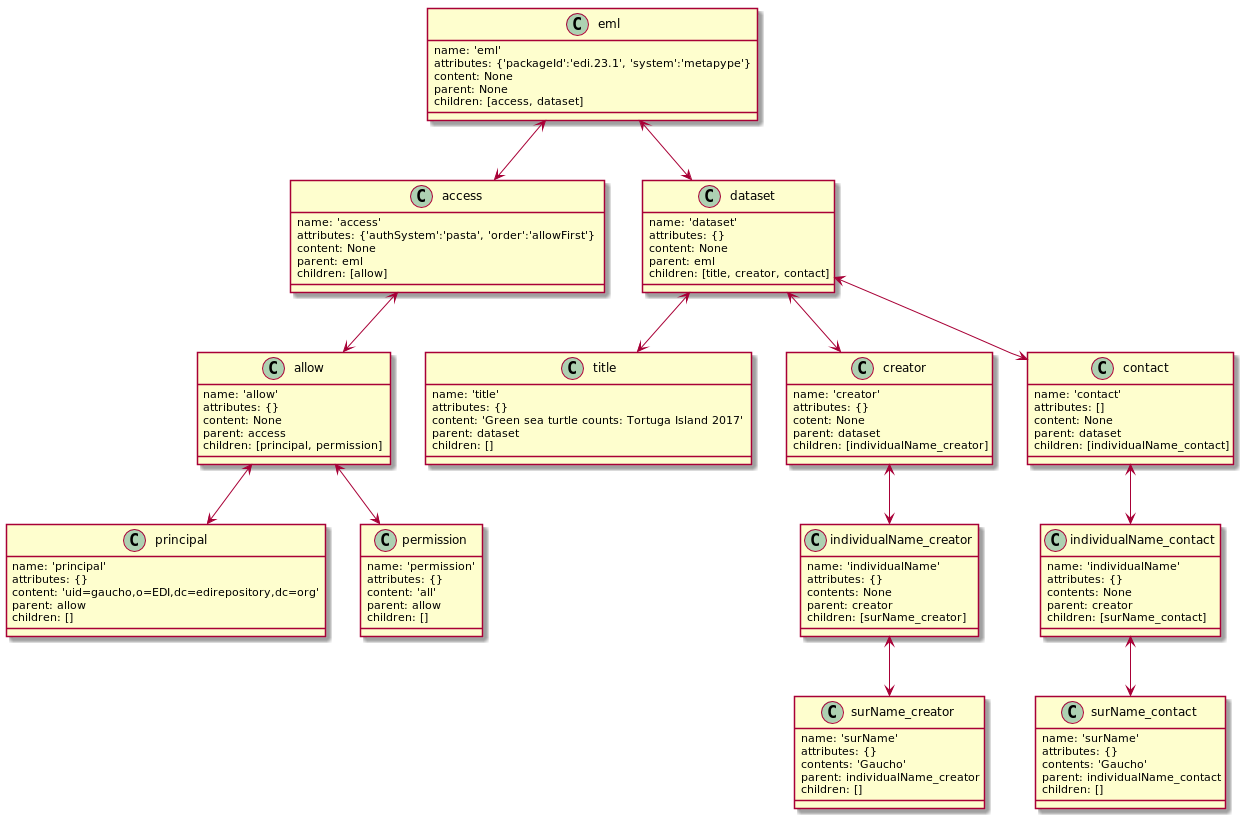
Above: docs/eml_model.png in PASTAplus/metapype-eml (PlantUML), before the change.
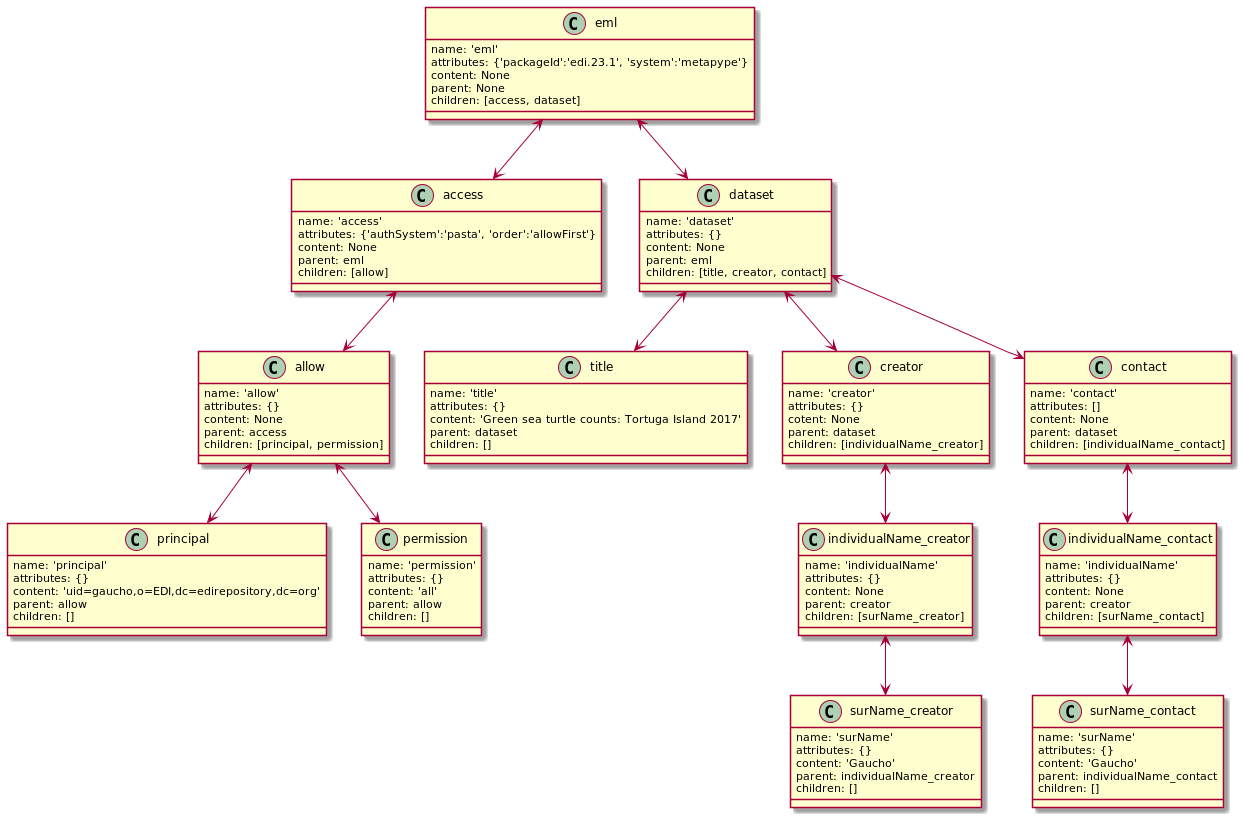
The same diagram one commit later.

Commit message:
Fix class description attribute "contents" to "content"

Change to the diagram source:
```diff
@@ -75,7 +75,7 @@
 class individualName_contact {
     name: 'individualName'
     attributes: {}
-    contents: None
+    content: None
     parent: creator
     children: [surName_contact]
 }
@@ -83,7 +83,7 @@
 class surName_contact {
     name: 'surName'
     attributes: {}
-    contents: 'Gaucho'
+    content: 'Gaucho'
     parent: individualName_contact
     children: []
 }
@@ -91,7 +91,7 @@
 class individualName_creator {
     name: 'individualName'
     attributes: {}
-    contents: None
+    content: None
     parent: creator
     children: [surName_creator]
 }
@@ -99,7 +99,7 @@
 class surName_creator {
     name: 'surName'
     attributes: {}
-    contents: 'Gaucho'
+    content: 'Gaucho'
     parent: individualName_creator
     children: []
 }
```
